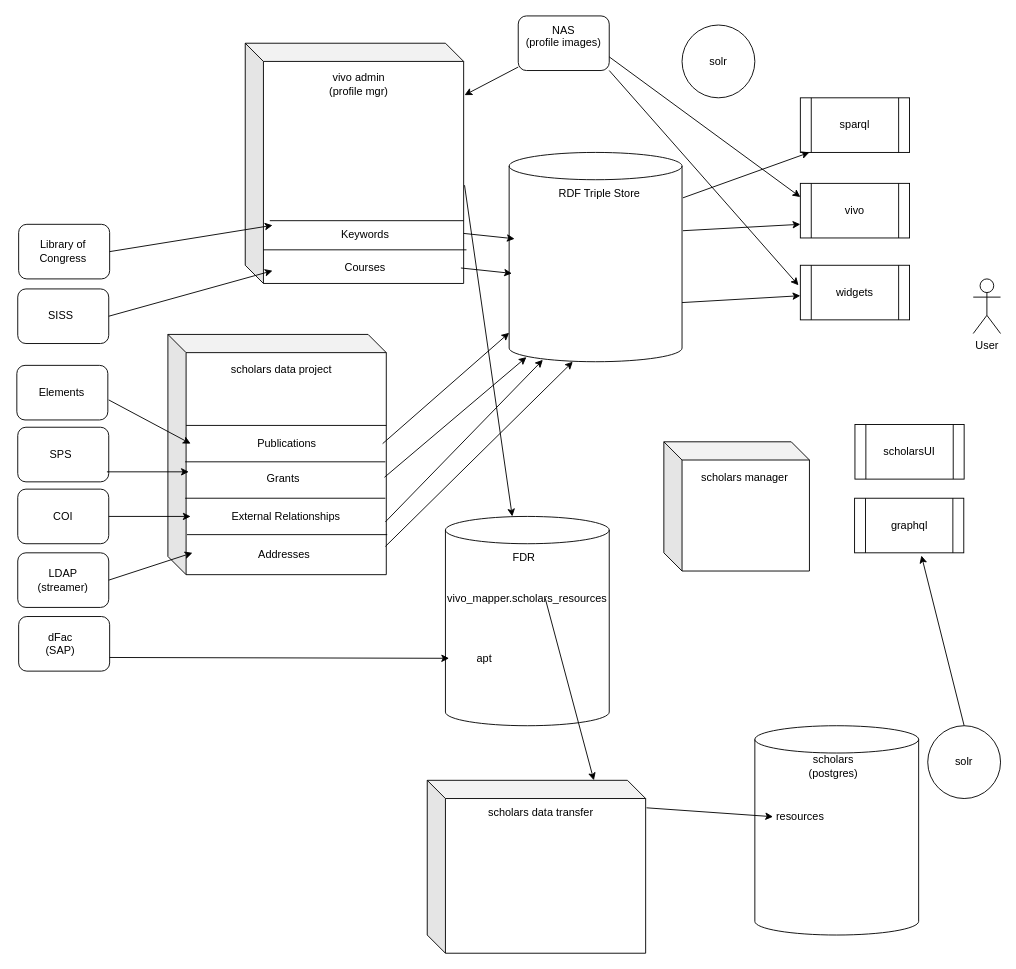
The draw.io diagram Untitled Diagram.drawio in tibbs001/scholars, before the edit. Source tidied: cells renumbered, new cells numbered last; positions are measured from the earlier drawing's top-left corner, leaving out a move shared by most shapes. Both pictures are drawn from the tidied source at 91%, with x=0, y=0 at pixel (16, 15).
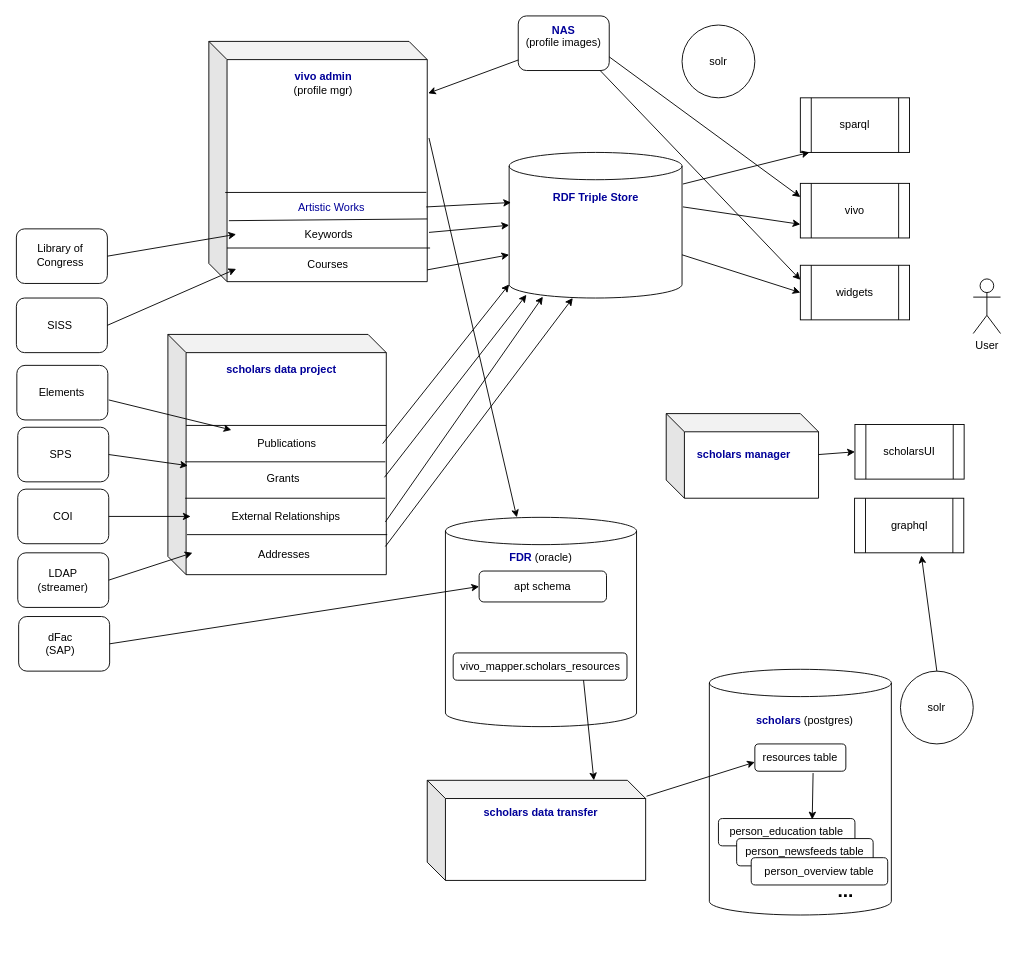
The same diagram, later.

The change refers to these unchanged cells:
```xml
<mxCell id="5" style="rounded=1;whiteSpace=wrap;html=1;" parent="4" vertex="1">
  <mxGeometry width="100" height="60" as="geometry" />
</mxCell>
<mxCell id="8" style="rounded=1;whiteSpace=wrap;html=1;" parent="7" vertex="1">
  <mxGeometry width="100" height="60" as="geometry" />
</mxCell>
<mxCell id="11" style="rounded=1;whiteSpace=wrap;html=1;" parent="10" vertex="1">
  <mxGeometry x="-21" y="210" width="100" height="60" as="geometry" />
</mxCell>
<mxCell id="13" value="COI" style="rounded=1;whiteSpace=wrap;html=1;" parent="1" vertex="1">
  <mxGeometry x="1" y="520" width="100" height="60" as="geometry" />
</mxCell>
<mxCell id="23" style="group;" parent="1" vertex="1">
  <mxGeometry x="185" y="374" width="222" height="196" as="geometry" />
</mxCell>
<mxCell id="40" value="External Relationships" style="text;html=1;strokeColor=none;fillColor=none;align=center;verticalAlign=middle;whiteSpace=wrap;rounded=0;" parent="1" vertex="1">
  <mxGeometry x="191" y="535" width="210" height="30" as="geometry" />
</mxCell>
<mxCell id="41" value="Grants" style="text;html=1;strokeColor=none;fillColor=none;align=center;verticalAlign=middle;whiteSpace=wrap;rounded=0;" parent="1" vertex="1">
  <mxGeometry x="188" y="494" width="210" height="30" as="geometry" />
</mxCell>
<mxCell id="43" value="&lt;div&gt;Publications&lt;/div&gt;" style="text;html=1;strokeColor=none;fillColor=none;align=center;verticalAlign=middle;whiteSpace=wrap;rounded=0;" parent="1" vertex="1">
  <mxGeometry x="192" y="455" width="210" height="30" as="geometry" />
</mxCell>
<mxCell id="68" value="&lt;div&gt;widgets&lt;/div&gt;" style="shape=process;whiteSpace=wrap;html=1;backgroundOutline=1;" parent="1" vertex="1">
  <mxGeometry x="861" y="274" width="120" height="60" as="geometry" />
</mxCell>
<mxCell id="71" value="scholarsUI" style="shape=process;whiteSpace=wrap;html=1;backgroundOutline=1;" parent="1" vertex="1">
  <mxGeometry x="921" y="449" width="120" height="60" as="geometry" />
</mxCell>
```

The edit, as a diff of the source:
```diff
@@
     <mxCell id="2" style="shape=cube;whiteSpace=wrap;html=1;boundedLbl=1;backgroundOutline=1;darkOpacity=0.05;darkOpacity2=0.1;" parent="1" vertex="1">
-      <mxGeometry x="451" y="840" width="240" height="190" as="geometry" />
+      <mxGeometry x="451" y="840" width="240" height="110" as="geometry" />
     </mxCell>
@@
-    <mxCell id="15" style="group;" parent="1" vertex="1">
-      <mxGeometry x="471" y="550" width="180" height="230" as="geometry" />
+    <mxCell id="15" style="group;rounded=1;" parent="1" vertex="1">
+      <mxGeometry x="471" y="550" width="220" height="230" as="geometry" />
     </mxCell>
     <mxCell id="16" style="shape=cylinder3;whiteSpace=wrap;html=1;boundedLbl=1;backgroundOutline=1;size=15;" parent="15" vertex="1">
-      <mxGeometry width="180" height="230" as="geometry" />
+      <mxGeometry y="1" width="210" height="230" as="geometry" />
     </mxCell>
-    <mxCell id="17" value="&lt;div&gt;FDR&lt;/div&gt;" style="text;html=1;strokeColor=none;fillColor=none;align=center;verticalAlign=middle;whiteSpace=wrap;rounded=0;" parent="15" vertex="1">
-      <mxGeometry x="62.6" y="30" width="47" height="30" as="geometry" />
+    <mxCell id="17" value="&lt;div&gt;&lt;font color=&quot;#000099&quot;&gt;&lt;b&gt;FDR&lt;/b&gt;&lt;/font&gt; (oracle)&lt;/div&gt;" style="text;html=1;strokeColor=none;fillColor=none;align=center;verticalAlign=middle;whiteSpace=wrap;rounded=0;" parent="15" vertex="1">
+      <mxGeometry x="35" y="30" width="140" height="30" as="geometry" />
     </mxCell>
-    <mxCell id="18" value="&lt;div&gt;vivo_mapper.scholars_resources&lt;/div&gt;&lt;div&gt;&lt;br&gt;&lt;/div&gt;&lt;div&gt;&lt;br&gt;&lt;/div&gt;" style="text;html=1;strokeColor=none;fillColor=none;align=center;verticalAlign=middle;whiteSpace=wrap;rounded=0;" parent="15" vertex="1">
-      <mxGeometry x="50.9" y="90" width="78.3" height="30" as="geometry" />
+    <mxCell id="18" value="vivo_mapper.scholars_resources" style="text;html=1;strokeColor=default;fillColor=none;align=center;verticalAlign=middle;whiteSpace=wrap;rounded=1;" parent="15" vertex="1">
+      <mxGeometry x="8.5" y="150" width="191" height="30" as="geometry" />
     </mxCell>
-    <mxCell id="19" value="apt" style="text;html=1;strokeColor=none;fillColor=none;align=center;verticalAlign=middle;whiteSpace=wrap;rounded=0;" parent="15" vertex="1">
-      <mxGeometry x="4" y="141" width="78.3" height="30" as="geometry" />
-    </mxCell>
+    <mxCell id="82" value="apt schema" style="text;html=1;strokeColor=default;fillColor=none;align=center;verticalAlign=middle;whiteSpace=wrap;rounded=1;" parent="15" vertex="1">
+      <mxGeometry x="37" y="60" width="140" height="34" as="geometry" />
+    </mxCell>
     <mxCell id="20" style="group;" parent="1" vertex="1">
-      <mxGeometry x="541" y="150" width="190" height="230" as="geometry" />
+      <mxGeometry x="541" y="150" width="190" height="160" as="geometry" />
     </mxCell>
     <mxCell id="21" style="shape=cylinder3;whiteSpace=wrap;html=1;boundedLbl=1;backgroundOutline=1;size=15;" parent="20" vertex="1">
-      <mxGeometry width="190" height="230" as="geometry" />
+      <mxGeometry width="190" height="160" as="geometry" />
     </mxCell>
-    <mxCell id="22" value="RDF Triple Store" style="text;html=1;strokeColor=none;fillColor=none;align=center;verticalAlign=middle;whiteSpace=wrap;rounded=0;" parent="20" vertex="1">
-      <mxGeometry x="24.8" y="30" width="148.7" height="30" as="geometry" />
+    <mxCell id="22" value="&lt;font color=&quot;#000099&quot;&gt;&lt;b&gt;RDF Triple Store&lt;/b&gt;&lt;/font&gt;" style="text;html=1;strokeColor=none;fillColor=none;align=center;verticalAlign=middle;whiteSpace=wrap;rounded=0;" parent="20" vertex="1">
+      <mxGeometry x="20.7" y="40" width="148.7" height="20.9" as="geometry" />
     </mxCell>
@@
-    <mxCell id="24" value="scholars data project" style="text;html=1;strokeColor=none;fillColor=none;align=center;verticalAlign=middle;whiteSpace=wrap;rounded=0;" parent="23" vertex="1">
+    <mxCell id="24" value="&lt;font color=&quot;#000099&quot;&gt;&lt;b&gt;scholars data project&lt;/b&gt;&lt;/font&gt;" style="text;html=1;strokeColor=none;fillColor=none;align=center;verticalAlign=middle;whiteSpace=wrap;rounded=0;" parent="23" vertex="1">
       <mxGeometry x="21" width="170" height="30" as="geometry" />
     </mxCell>
@@
     <mxCell id="29" style="shape=cube;whiteSpace=wrap;html=1;boundedLbl=1;backgroundOutline=1;darkOpacity=0.05;darkOpacity2=0.1;" parent="1" vertex="1">
-      <mxGeometry x="251" y="30" width="240" height="264" as="geometry" />
+      <mxGeometry x="211" y="28" width="240" height="264" as="geometry" />
     </mxCell>
-    <mxCell id="30" value="&lt;div&gt;vivo admin &lt;br&gt;&lt;/div&gt;&lt;div&gt;(profile mgr)&lt;br&gt;&lt;/div&gt;" style="text;html=1;strokeColor=none;fillColor=none;align=center;verticalAlign=middle;whiteSpace=wrap;rounded=0;" parent="1" vertex="1">
-      <mxGeometry x="291" y="60" width="170" height="30" as="geometry" />
+    <mxCell id="30" value="&lt;div&gt;&lt;font color=&quot;#000099&quot;&gt;&lt;b&gt;vivo admin&lt;/b&gt;&lt;/font&gt; &lt;br&gt;&lt;/div&gt;&lt;div&gt;(profile mgr)&lt;br&gt;&lt;/div&gt;" style="text;html=1;strokeColor=none;fillColor=none;align=center;verticalAlign=middle;whiteSpace=wrap;rounded=0;" parent="1" vertex="1">
+      <mxGeometry x="252" y="59" width="170" height="30" as="geometry" />
     </mxCell>
     <mxCell id="31" style="group;" parent="1" vertex="1">
-      <mxGeometry x="1" y="300" width="100" height="60" as="geometry" />
+      <mxGeometry x="-0.5" y="310" width="100" height="60" as="geometry" />
     </mxCell>
@@
     <mxCell id="34" style="rounded=1;whiteSpace=wrap;html=1;" parent="1" vertex="1">
-      <mxGeometry x="2" y="229" width="100" height="60" as="geometry" />
+      <mxGeometry x="-0.5" y="234" width="100" height="60" as="geometry" />
     </mxCell>
     <mxCell id="35" value="Library of Congress" style="text;html=1;strokeColor=none;fillColor=none;align=center;verticalAlign=middle;whiteSpace=wrap;rounded=0;" parent="1" vertex="1">
-      <mxGeometry x="21" y="244" width="60" height="30" as="geometry" />
+      <mxGeometry x="18" y="248" width="60" height="30" as="geometry" />
     </mxCell>
-    <mxCell id="36" style="endArrow=classic;html=1;rounded=0;exitX=1;exitY=0.5;exitDx=0;exitDy=0;entryX=0.125;entryY=0.758;entryDx=0;entryDy=0;entryPerimeter=0;" parent="1" edge="1" source="34" target="29">
-      <mxGeometry relative="1" as="geometry" />
+    <mxCell id="36" style="endArrow=classic;html=1;rounded=0;exitX=1;exitY=0.5;exitDx=0;exitDy=0;" parent="1" edge="1" source="34">
+      <mxGeometry relative="1" as="geometry">
+        <mxPoint x="241" y="240" as="targetPoint" />
+      </mxGeometry>
     </mxCell>
@@
-    <mxCell id="38" style="endArrow=classic;html=1;rounded=0;exitX=1;exitY=0.75;exitDx=0;exitDy=0;" parent="1" edge="1" source="5" target="19">
+    <mxCell id="38" style="endArrow=classic;html=1;rounded=0;exitX=1;exitY=0.5;exitDx=0;exitDy=0;entryX=0;entryY=0.5;entryDx=0;entryDy=0;" parent="1" edge="1" source="5" target="82">
       <mxGeometry relative="1" as="geometry" />
     </mxCell>
-    <mxCell id="39" style="endArrow=classic;html=1;rounded=0;exitX=1;exitY=0.5;exitDx=0;exitDy=0;" parent="1" edge="1" source="13">
-      <mxGeometry relative="1" as="geometry">
-        <mxPoint x="191" y="550" as="targetPoint" />
-      </mxGeometry>
+    <mxCell id="39" style="endArrow=classic;html=1;rounded=0;exitX=1;exitY=0.5;exitDx=0;exitDy=0;" parent="1" edge="1" source="13" target="40">
+      <mxGeometry relative="1" as="geometry" />
     </mxCell>
@@
-    <mxCell id="42" style="endArrow=classic;html=1;rounded=0;exitX=1;exitY=0.5;exitDx=0;exitDy=0;" parent="1" edge="1">
-      <mxGeometry relative="1" as="geometry">
-        <mxPoint x="99" y="501" as="sourcePoint" />
-        <mxPoint x="189" y="501" as="targetPoint" />
-      </mxGeometry>
+    <mxCell id="42" style="endArrow=classic;html=1;rounded=0;exitX=1;exitY=0.5;exitDx=0;exitDy=0;" parent="1" edge="1" source="8" target="41">
+      <mxGeometry relative="1" as="geometry" />
     </mxCell>
@@
-    <mxCell id="44" style="endArrow=classic;html=1;rounded=0;exitX=1.01;exitY=0.633;exitDx=0;exitDy=0;exitPerimeter=0;" parent="1" edge="1" source="11">
-      <mxGeometry relative="1" as="geometry">
-        <mxPoint x="191" y="470" as="targetPoint" />
-      </mxGeometry>
+    <mxCell id="44" style="endArrow=classic;html=1;rounded=0;exitX=1.01;exitY=0.633;exitDx=0;exitDy=0;exitPerimeter=0;" parent="1" edge="1" source="11" target="43">
+      <mxGeometry relative="1" as="geometry" />
     </mxCell>
@@
     <mxCell id="48" value="&lt;div&gt;Courses&lt;/div&gt;" style="text;html=1;strokeColor=none;fillColor=none;align=center;verticalAlign=middle;whiteSpace=wrap;rounded=0;" parent="1" vertex="1">
-      <mxGeometry x="278" y="262" width="210" height="30" as="geometry" />
+      <mxGeometry x="237" y="259" width="210" height="30" as="geometry" />
     </mxCell>
     <mxCell id="49" value="&lt;div&gt;Keywords&lt;/div&gt;" style="text;html=1;strokeColor=none;fillColor=none;align=center;verticalAlign=middle;whiteSpace=wrap;rounded=0;" parent="1" vertex="1">
-      <mxGeometry x="278" y="225" width="210" height="30" as="geometry" />
+      <mxGeometry x="238" y="226" width="210" height="30" as="geometry" />
     </mxCell>
-    <mxCell id="50" style="endArrow=none;html=1;rounded=0;exitX=0;exitY=0;exitDx=0;exitDy=0;" parent="1" edge="1" source="49">
+    <mxCell id="50" style="endArrow=none;html=1;rounded=0;exitX=0;exitY=0;exitDx=0;exitDy=0;entryX=1;entryY=0.739;entryDx=0;entryDy=0;entryPerimeter=0;" parent="1" edge="1" target="29">
       <mxGeometry relative="1" as="geometry">
-        <mxPoint x="491" y="225" as="targetPoint" />
+        <mxPoint x="233" y="225" as="sourcePoint" />
       </mxGeometry>
     </mxCell>
-    <mxCell id="51" style="endArrow=classic;html=1;rounded=0;exitX=1;exitY=0.5;exitDx=0;exitDy=0;entryX=0.016;entryY=0.578;entryDx=0;entryDy=0;entryPerimeter=0;" parent="1" edge="1" source="48" target="21">
+    <mxCell id="51" style="endArrow=classic;html=1;rounded=0;exitX=1;exitY=0.951;exitDx=0;exitDy=0;entryX=0;entryY=0;entryDx=0;entryDy=112.5;entryPerimeter=0;exitPerimeter=0;" parent="1" edge="1" source="29" target="21">
       <mxGeometry relative="1" as="geometry" />
     </mxCell>
-    <mxCell id="52" style="endArrow=classic;html=1;rounded=0;exitX=1;exitY=0.5;exitDx=0;exitDy=0;entryX=0.016;entryY=0.578;entryDx=0;entryDy=0;entryPerimeter=0;" parent="1" edge="1">
-      <mxGeometry relative="1" as="geometry">
-        <mxPoint x="491" y="239" as="sourcePoint" />
-        <mxPoint x="547" y="244.9" as="targetPoint" />
-      </mxGeometry>
+    <mxCell id="52" style="endArrow=classic;html=1;rounded=0;exitX=1.008;exitY=0.795;exitDx=0;exitDy=0;entryX=0;entryY=0.5;entryDx=0;entryDy=0;entryPerimeter=0;exitPerimeter=0;" parent="1" edge="1" source="29" target="21">
+      <mxGeometry relative="1" as="geometry" />
     </mxCell>
-    <mxCell id="53" style="endArrow=classic;html=1;rounded=0;exitX=1;exitY=0.5;exitDx=0;exitDy=0;" parent="1" edge="1" source="43" target="21">
+    <mxCell id="53" style="endArrow=classic;html=1;rounded=0;exitX=1;exitY=0.5;exitDx=0;exitDy=0;entryX=0;entryY=1;entryDx=0;entryDy=-15;entryPerimeter=0;" parent="1" edge="1" source="43" target="21">
       <mxGeometry relative="1" as="geometry" />
     </mxCell>
@@
-    <mxCell id="57" value="scholars data transfer" style="text;html=1;strokeColor=none;fillColor=none;align=center;verticalAlign=middle;whiteSpace=wrap;rounded=0;" parent="1" vertex="1">
+    <mxCell id="57" value="&lt;font color=&quot;#000099&quot;&gt;&lt;b&gt;scholars data transfer&lt;/b&gt;&lt;/font&gt;" style="text;html=1;strokeColor=none;fillColor=none;align=center;verticalAlign=middle;whiteSpace=wrap;rounded=0;" parent="1" vertex="1">
       <mxGeometry x="496" y="861" width="160" height="30" as="geometry" />
     </mxCell>
     <mxCell id="58" style="shape=cylinder3;whiteSpace=wrap;html=1;boundedLbl=1;backgroundOutline=1;size=15;" parent="1" vertex="1">
-      <mxGeometry x="811" y="780" width="180" height="230" as="geometry" />
+      <mxGeometry x="761" y="718" width="200" height="270" as="geometry" />
     </mxCell>
-    <mxCell id="59" value="scholars (postgres)" style="text;html=1;strokeColor=none;fillColor=none;align=center;verticalAlign=middle;whiteSpace=wrap;rounded=0;" parent="1" vertex="1">
-      <mxGeometry x="873.6" y="810" width="47" height="30" as="geometry" />
+    <mxCell id="59" value="&lt;b&gt;&lt;font color=&quot;#000099&quot;&gt;scholars&lt;/font&gt;&lt;/b&gt; (postgres)" style="text;html=1;strokeColor=none;fillColor=none;align=center;verticalAlign=middle;whiteSpace=wrap;rounded=0;" parent="1" vertex="1">
+      <mxGeometry x="791" y="760" width="150" height="30" as="geometry" />
     </mxCell>
@@
     <mxCell id="61" value="solr" style="ellipse;whiteSpace=wrap;html=1;" parent="1" vertex="1">
-      <mxGeometry x="1001" y="780" width="80" height="80" as="geometry" />
+      <mxGeometry x="971" y="720" width="80" height="80" as="geometry" />
     </mxCell>
-    <mxCell id="62" style="endArrow=classic;html=1;rounded=0;exitX=0.75;exitY=0;exitDx=0;exitDy=0;entryX=0.763;entryY=0;entryDx=0;entryDy=0;entryPerimeter=0;" parent="1" edge="1" source="18" target="2">
+    <mxCell id="62" style="endArrow=classic;html=1;rounded=0;exitX=0.75;exitY=1;exitDx=0;exitDy=0;entryX=0.763;entryY=0;entryDx=0;entryDy=0;entryPerimeter=0;" parent="1" edge="1" source="18" target="2">
       <mxGeometry relative="1" as="geometry" />
     </mxCell>
-    <mxCell id="63" value="resources" style="text;html=1;strokeColor=none;fillColor=none;align=center;verticalAlign=middle;whiteSpace=wrap;rounded=0;" parent="1" vertex="1">
-      <mxGeometry x="831" y="865" width="60" height="30" as="geometry" />
+    <mxCell id="63" value="resources table" style="text;html=1;strokeColor=default;fillColor=none;align=center;verticalAlign=middle;whiteSpace=wrap;rounded=1;" parent="1" vertex="1">
+      <mxGeometry x="811" y="800" width="100" height="30" as="geometry" />
     </mxCell>
-    <mxCell id="64" style="endArrow=classic;html=1;rounded=0;exitX=1.004;exitY=0.159;exitDx=0;exitDy=0;entryX=0;entryY=0.5;entryDx=0;entryDy=0;exitPerimeter=0;" parent="1" edge="1" source="2" target="63">
-      <mxGeometry relative="1" as="geometry" />
+    <mxCell id="64" style="endArrow=classic;html=1;rounded=0;exitX=1.004;exitY=0.159;exitDx=0;exitDy=0;exitPerimeter=0;" parent="1" edge="1" source="2">
+      <mxGeometry relative="1" as="geometry">
+        <mxPoint x="811" y="820" as="targetPoint" />
+      </mxGeometry>
     </mxCell>
@@
     <mxCell id="70" style="shape=cube;whiteSpace=wrap;html=1;boundedLbl=1;backgroundOutline=1;darkOpacity=0.05;darkOpacity2=0.1;" parent="1" vertex="1">
-      <mxGeometry x="711" y="468" width="160" height="142" as="geometry" />
+      <mxGeometry x="713.6" y="437" width="167.4" height="93" as="geometry" />
     </mxCell>
@@
-    <mxCell id="72" value="scholars manager" style="text;html=1;strokeColor=none;fillColor=none;align=center;verticalAlign=middle;whiteSpace=wrap;rounded=0;" parent="1" vertex="1">
-      <mxGeometry x="725" y="493" width="150" height="30" as="geometry" />
+    <mxCell id="72" value="&lt;font color=&quot;#000099&quot;&gt;&lt;b&gt;scholars manager&lt;/b&gt;&lt;/font&gt;" style="text;html=1;strokeColor=none;fillColor=none;align=center;verticalAlign=middle;whiteSpace=wrap;rounded=0;" parent="1" vertex="1">
+      <mxGeometry x="723.6" y="467" width="150" height="30" as="geometry" />
     </mxCell>
@@
-    <mxCell id="74" style="endArrow=classic;html=1;rounded=0;exitX=1;exitY=0;exitDx=0;exitDy=165;exitPerimeter=0;" parent="1" edge="1" source="21" target="68">
+    <mxCell id="74" style="endArrow=classic;html=1;rounded=0;exitX=1;exitY=0;exitDx=0;exitDy=112.5;exitPerimeter=0;entryX=0;entryY=0.5;entryDx=0;entryDy=0;" parent="1" edge="1" source="21" target="68">
       <mxGeometry relative="1" as="geometry" />
     </mxCell>
@@
-    <mxCell id="77" style="endArrow=classic;html=1;rounded=0;exitX=1.004;exitY=0.591;exitDx=0;exitDy=0;exitPerimeter=0;" parent="1" edge="1" source="29" target="16">
+    <mxCell id="77" style="endArrow=classic;html=1;rounded=0;exitX=1.008;exitY=0.402;exitDx=0;exitDy=0;exitPerimeter=0;" parent="1" edge="1" source="29" target="16">
       <mxGeometry relative="1" as="geometry" />
     </mxCell>
-    <mxCell id="78" value="&lt;div&gt;NAS&lt;/div&gt;&lt;div&gt;(profile images)&lt;/div&gt;&lt;div&gt;&lt;br&gt;&lt;/div&gt;" style="rounded=1;whiteSpace=wrap;html=1;" parent="1" vertex="1">
+    <mxCell id="78" value="&lt;div&gt;&lt;b&gt;&lt;font color=&quot;#000099&quot;&gt;NAS&lt;/font&gt;&lt;/b&gt;&lt;/div&gt;&lt;div&gt;(profile images)&lt;/div&gt;&lt;div&gt;&lt;br&gt;&lt;/div&gt;" style="rounded=1;whiteSpace=wrap;html=1;" parent="1" vertex="1">
       <mxGeometry x="551" width="100" height="60" as="geometry" />
     </mxCell>
@@
-    <mxCell id="81" style="endArrow=classic;html=1;rounded=0;exitX=1;exitY=1;exitDx=0;exitDy=0;entryX=-0.017;entryY=0.367;entryDx=0;entryDy=0;entryPerimeter=0;" parent="1" edge="1" source="78" target="68">
-      <mxGeometry relative="1" as="geometry" />
+    <mxCell id="81" style="endArrow=classic;html=1;rounded=0;exitX=0.9;exitY=1;exitDx=0;exitDy=0;exitPerimeter=0;" parent="1" edge="1" source="78">
+      <mxGeometry relative="1" as="geometry">
+        <mxPoint x="861" y="290" as="targetPoint" />
+      </mxGeometry>
     </mxCell>
+    <mxCell id="83" style="endArrow=classic;html=1;rounded=0;entryX=0;entryY=0.5;entryDx=0;entryDy=0;exitX=1;exitY=0.484;exitDx=0;exitDy=0;exitPerimeter=0;" parent="1" edge="1" source="70" target="71">
+      <mxGeometry relative="1" as="geometry" />
+    </mxCell>
+    <mxCell id="84" value="person_education table" style="text;html=1;strokeColor=default;fillColor=none;align=center;verticalAlign=middle;whiteSpace=wrap;rounded=1;" parent="1" vertex="1">
+      <mxGeometry x="771" y="882" width="150" height="30" as="geometry" />
+    </mxCell>
+    <mxCell id="85" value="person_newsfeeds table" style="text;html=1;strokeColor=default;fillColor=#FFFFFF;align=center;verticalAlign=middle;whiteSpace=wrap;rounded=1;" parent="1" vertex="1">
+      <mxGeometry x="791" y="904" width="150" height="30" as="geometry" />
+    </mxCell>
+    <mxCell id="86" value="person_overview table" style="text;html=1;strokeColor=default;fillColor=#FFFFFF;align=center;verticalAlign=middle;whiteSpace=wrap;rounded=1;" parent="1" vertex="1">
+      <mxGeometry x="807" y="925" width="150" height="30" as="geometry" />
+    </mxCell>
+    <mxCell id="87" value="&lt;font style=&quot;font-size: 21px;&quot;&gt;&lt;b&gt;...&lt;/b&gt;&lt;/font&gt;" style="text;html=1;strokeColor=none;fillColor=none;align=center;verticalAlign=middle;whiteSpace=wrap;rounded=0;" parent="1" vertex="1">
+      <mxGeometry x="871" y="946" width="79.6" height="30" as="geometry" />
+    </mxCell>
+    <mxCell id="88" style="endArrow=classic;html=1;rounded=0;fontSize=21;entryX=0.687;entryY=0.033;entryDx=0;entryDy=0;entryPerimeter=0;exitX=0.64;exitY=1.067;exitDx=0;exitDy=0;exitPerimeter=0;" parent="1" edge="1" source="63" target="84">
+      <mxGeometry relative="1" as="geometry" />
+    </mxCell>
+    <mxCell id="89" style="endArrow=none;html=1;rounded=0;exitX=0;exitY=0;exitDx=0;exitDy=0;entryX=1.013;entryY=0.746;entryDx=0;entryDy=0;entryPerimeter=0;" parent="1" edge="1">
+      <mxGeometry relative="1" as="geometry">
+        <mxPoint x="229" y="194" as="sourcePoint" />
+        <mxPoint x="450.1" y="193.9" as="targetPoint" />
+      </mxGeometry>
+    </mxCell>
+    <mxCell id="90" value="&lt;div style=&quot;font-size: 12px;&quot;&gt;&lt;font style=&quot;font-size: 12px;&quot;&gt;Artistic Works&lt;/font&gt;&lt;/div&gt;" style="text;html=1;strokeColor=none;fillColor=none;align=center;verticalAlign=middle;whiteSpace=wrap;rounded=0;fontSize=21;fontColor=#000099;" parent="1" vertex="1">
+      <mxGeometry x="261" y="196" width="170" height="30" as="geometry" />
+    </mxCell>
+    <mxCell id="91" style="endArrow=classic;html=1;rounded=0;exitX=1.008;exitY=0.795;exitDx=0;exitDy=0;exitPerimeter=0;entryX=0.011;entryY=0.344;entryDx=0;entryDy=0;entryPerimeter=0;" parent="1" edge="1" target="21">
+      <mxGeometry relative="1" as="geometry">
+        <mxPoint x="449.9" y="209.9" as="sourcePoint" />
+      </mxGeometry>
+    </mxCell>
```
